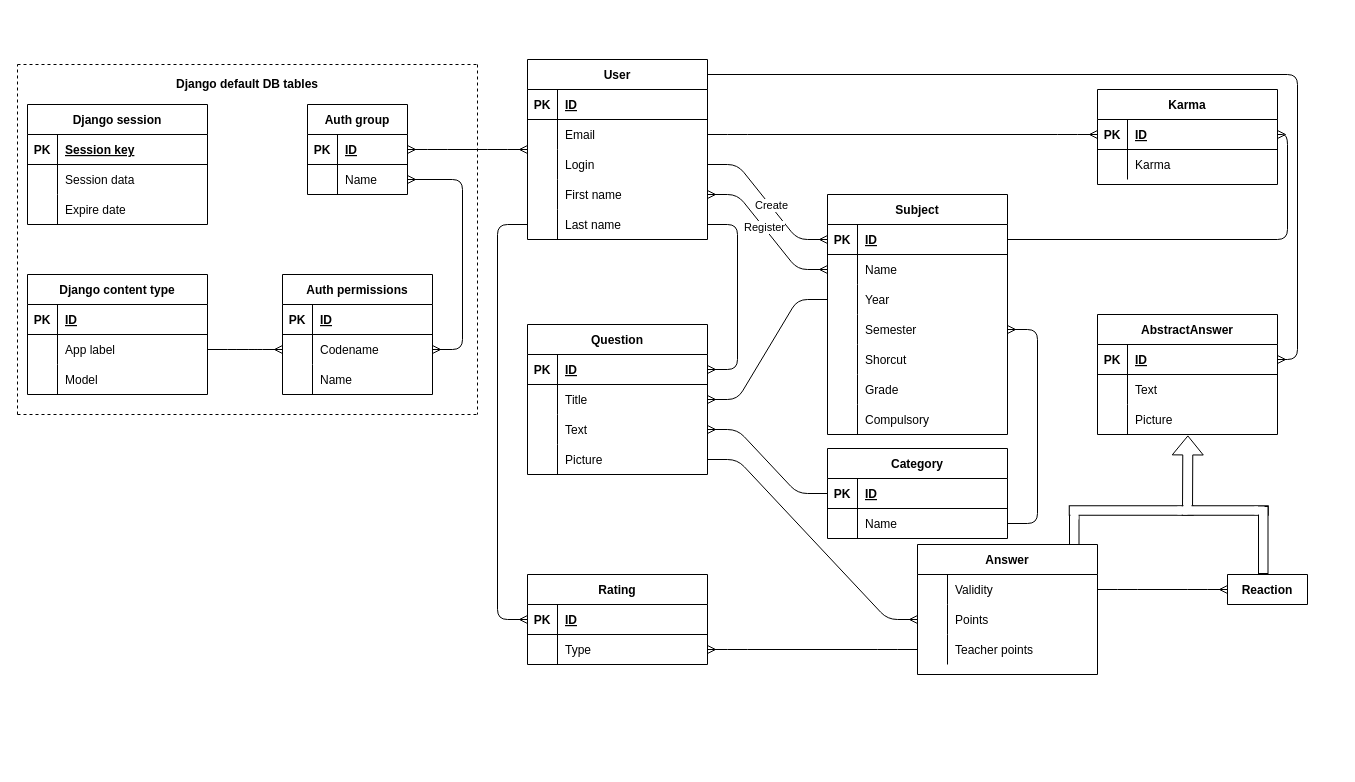
Before: page "Page-2" (2 of 2) of docs/ER.drawio in FilipSolich/IIS, a draw.io diagram. Source tidied: cells renumbered, new cells numbered last; positions are measured from the earlier drawing's top-left corner, leaving out a move shared by most shapes. Both pictures are drawn from the tidied source at 100%, with x=0, y=0 at pixel (17, 59).
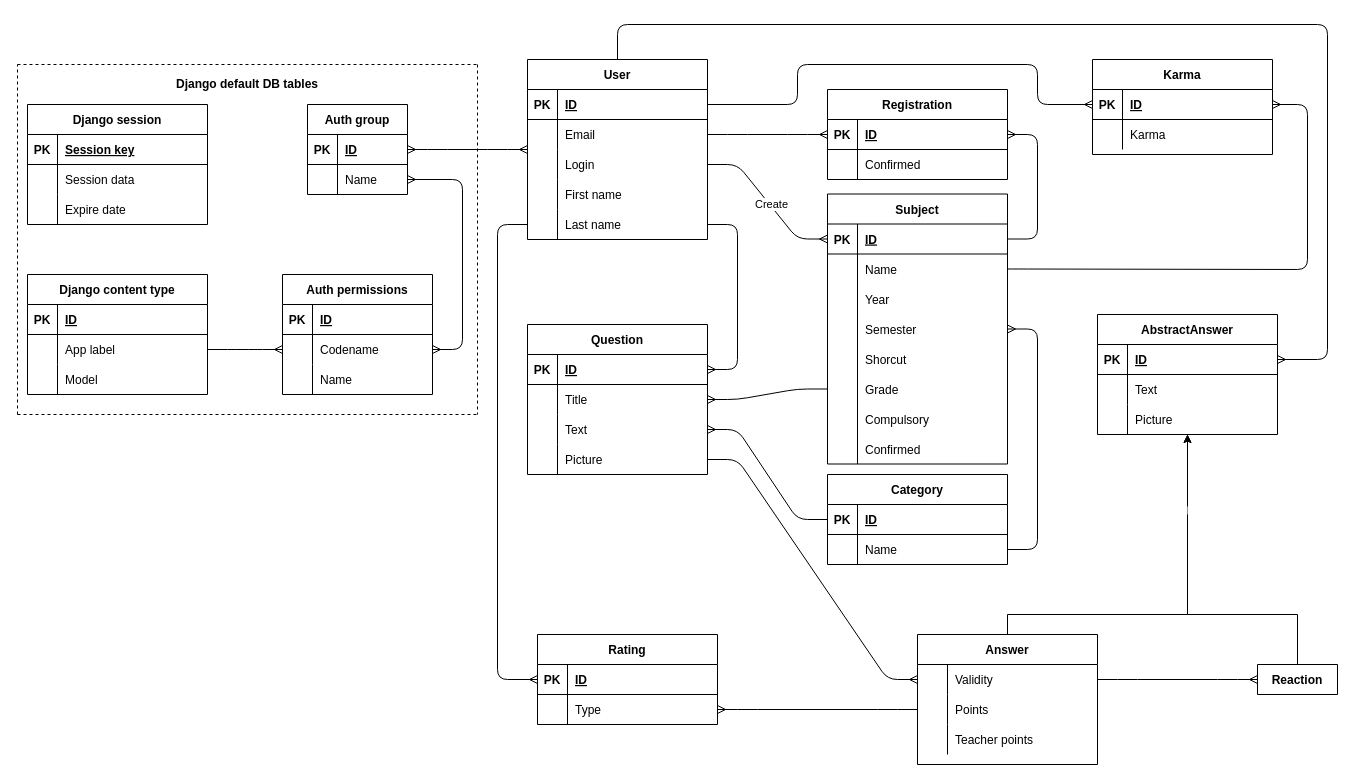
The same diagram, later.

Commit message (it also covers changes not shown here):
Add Registration model

Unchanged cells that the change refers to:
```xml
<mxCell id="7" style="shape=partialRectangle;fillColor=none;top=0;left=0;bottom=0;right=0;points=[[0,0.5],[1,0.5]];portConstraint=eastwest;" parent="3" vertex="1">
  <mxGeometry y="60" width="180" height="30" as="geometry" />
</mxCell>
<mxCell id="13" style="shape=partialRectangle;fillColor=none;top=0;left=0;bottom=0;right=0;points=[[0,0.5],[1,0.5]];portConstraint=eastwest;" parent="3" vertex="1">
  <mxGeometry y="120" width="180" height="30" as="geometry" />
</mxCell>
<mxCell id="17" style="shape=partialRectangle;fillColor=none;top=0;left=0;bottom=1;right=0;points=[[0,0.5],[1,0.5]];portConstraint=eastwest;" parent="16" vertex="1">
  <mxGeometry y="30" width="180" height="30" as="geometry" />
</mxCell>
<mxCell id="23" style="shape=partialRectangle;fillColor=none;top=0;left=0;bottom=0;right=0;points=[[0,0.5],[1,0.5]];portConstraint=eastwest;" parent="16" vertex="1">
  <mxGeometry y="90" width="180" height="30" as="geometry" />
</mxCell>
<mxCell id="26" value="User" style="shape=table;startSize=30;childLayout=tableLayout;rowLines=0;fontStyle=1;align=center;hachureGap=4;" parent="1" vertex="1">
  <mxGeometry x="510" width="180" height="180" as="geometry" />
</mxCell>
<mxCell id="27" style="shape=partialRectangle;fillColor=none;top=0;left=0;bottom=1;right=0;points=[[0,0.5],[1,0.5]];portConstraint=eastwest;" parent="26" vertex="1">
  <mxGeometry y="30" width="180" height="30" as="geometry" />
</mxCell>
<mxCell id="30" style="shape=partialRectangle;fillColor=none;top=0;left=0;bottom=0;right=0;points=[[0,0.5],[1,0.5]];portConstraint=eastwest;" parent="26" vertex="1">
  <mxGeometry y="60" width="180" height="30" as="geometry" />
</mxCell>
<mxCell id="36" style="shape=partialRectangle;fillColor=none;top=0;left=0;bottom=0;right=0;points=[[0,0.5],[1,0.5]];portConstraint=eastwest;" parent="26" vertex="1">
  <mxGeometry y="120" width="180" height="30" as="geometry" />
</mxCell>
<mxCell id="39" style="shape=partialRectangle;fillColor=none;top=0;left=0;bottom=0;right=0;points=[[0,0.5],[1,0.5]];portConstraint=eastwest;" parent="26" vertex="1">
  <mxGeometry y="150" width="180" height="30" as="geometry" />
</mxCell>
<mxCell id="43" style="shape=partialRectangle;fillColor=none;top=0;left=0;bottom=1;right=0;points=[[0,0.5],[1,0.5]];portConstraint=eastwest;" parent="42" vertex="1">
  <mxGeometry y="30" width="180" height="30" as="geometry" />
</mxCell>
<mxCell id="46" style="shape=partialRectangle;fillColor=none;top=0;left=0;bottom=0;right=0;points=[[0,0.5],[1,0.5]];portConstraint=eastwest;" parent="42" vertex="1">
  <mxGeometry y="60" width="180" height="30" as="geometry" />
</mxCell>
<mxCell id="50" style="shape=partialRectangle;fillColor=none;top=0;left=0;bottom=1;right=0;points=[[0,0.5],[1,0.5]];portConstraint=eastwest;" parent="49" vertex="1">
  <mxGeometry y="30" width="180" height="30" as="geometry" />
</mxCell>
<mxCell id="53" style="shape=partialRectangle;fillColor=none;top=0;left=0;bottom=0;right=0;points=[[0,0.5],[1,0.5]];portConstraint=eastwest;" parent="49" vertex="1">
  <mxGeometry y="60" width="180" height="30" as="geometry" />
</mxCell>
<mxCell id="56" style="shape=partialRectangle;fillColor=none;top=0;left=0;bottom=0;right=0;points=[[0,0.5],[1,0.5]];portConstraint=eastwest;" parent="49" vertex="1">
  <mxGeometry y="90" width="180" height="30" as="geometry" />
</mxCell>
<mxCell id="65" style="shape=partialRectangle;fillColor=none;top=0;left=0;bottom=0;right=0;points=[[0,0.5],[1,0.5]];portConstraint=eastwest;hachureGap=4;" parent="49" vertex="1">
  <mxGeometry y="180" width="180" height="30" as="geometry" />
</mxCell>
<mxCell id="136" style="shape=partialRectangle;fillColor=none;top=0;left=0;bottom=0;right=0;points=[[0,0.5],[1,0.5]];portConstraint=eastwest;" parent="135" vertex="1">
  <mxGeometry y="30" width="180" height="30" as="geometry" />
</mxCell>
<mxCell id="139" style="shape=partialRectangle;fillColor=none;top=0;left=0;bottom=0;right=0;points=[[0,0.5],[1,0.5]];portConstraint=eastwest;" parent="135" vertex="1">
  <mxGeometry y="60" width="180" height="30" as="geometry" />
</mxCell>
<mxCell id="142" style="shape=partialRectangle;fillColor=none;top=0;left=0;bottom=0;right=0;points=[[0,0.5],[1,0.5]];portConstraint=eastwest;" parent="135" vertex="1">
  <mxGeometry y="90" width="180" height="30" as="geometry" />
</mxCell>
<mxCell id="157" style="shape=partialRectangle;fillColor=none;top=0;left=0;bottom=1;right=0;points=[[0,0.5],[1,0.5]];portConstraint=eastwest;" parent="156" vertex="1">
  <mxGeometry y="30" width="180" height="30" as="geometry" />
</mxCell>
```

What changed in the source:
```diff
@@
     <mxCell id="42" value="Rating" style="shape=table;startSize=30;childLayout=tableLayout;rowLines=0;fontStyle=1;align=center;hachureGap=4;" parent="1" vertex="1">
-      <mxGeometry x="510" y="515" width="180" height="90" as="geometry" />
+      <mxGeometry x="520" y="575" width="180" height="90" as="geometry" />
     </mxCell>
@@
     <mxCell id="49" value="Subject" style="shape=table;startSize=30;childLayout=tableLayout;rowLines=0;fontStyle=1;align=center;hachureGap=4;" parent="1" vertex="1">
-      <mxGeometry x="810" y="135" width="180" height="240" as="geometry" />
+      <mxGeometry x="810" y="134.5" width="180" height="270" as="geometry" />
     </mxCell>
@@
+    <mxCell id="167" style="shape=partialRectangle;fillColor=none;top=0;left=0;bottom=0;right=0;" parent="49" vertex="1">
+      <mxGeometry y="240" width="180" height="30" as="geometry" />
+    </mxCell>
+    <mxCell id="168" style="shape=partialRectangle;fillColor=none;top=0;left=0;bottom=0;right=0;overflow=hidden;" parent="167" vertex="1">
+      <mxGeometry width="30" height="30" as="geometry" />
+    </mxCell>
+    <mxCell id="169" value="Confirmed" style="shape=partialRectangle;fillColor=none;top=0;left=0;bottom=0;right=0;align=left;spacingLeft=6;overflow=hidden;" parent="167" vertex="1">
+      <mxGeometry x="30" width="150" height="30" as="geometry" />
+    </mxCell>
     <mxCell id="71" value="Category" style="shape=table;startSize=30;childLayout=tableLayout;rowLines=0;fontStyle=1;align=center;hachureGap=4;" parent="1" vertex="1">
-      <mxGeometry x="810" y="389" width="180" height="90" as="geometry" />
+      <mxGeometry x="810" y="415" width="180" height="90" as="geometry" />
     </mxCell>
@@
-    <mxCell id="79" style="edgeStyle=entityRelationEdgeStyle;fontSize=12;html=1;endArrow=ERmany;" parent="1" edge="1" source="56" target="7">
+    <mxCell id="79" style="edgeStyle=entityRelationEdgeStyle;fontSize=12;html=1;endArrow=ERmany;" parent="1" edge="1" source="65" target="7">
       <mxGeometry relative="1" as="geometry" />
     </mxCell>
-    <mxCell id="80" style="edgeStyle=entityRelationEdgeStyle;fontSize=12;html=1;endArrow=ERmany;" parent="1" edge="1" source="13" target="139">
+    <mxCell id="80" style="edgeStyle=entityRelationEdgeStyle;fontSize=12;html=1;endArrow=ERmany;entryX=0;entryY=0.5;entryDx=0;entryDy=0;" parent="1" edge="1" source="13" target="136">
       <mxGeometry relative="1" as="geometry" />
     </mxCell>
-    <mxCell id="81" style="edgeStyle=entityRelationEdgeStyle;fontSize=12;html=1;endArrow=ERmany;" parent="1" edge="1" source="142" target="46">
+    <mxCell id="81" style="edgeStyle=entityRelationEdgeStyle;fontSize=12;html=1;endArrow=ERmany;exitX=0;exitY=0.5;exitDx=0;exitDy=0;" parent="1" edge="1" source="139" target="46">
       <mxGeometry relative="1" as="geometry" />
     </mxCell>
@@
-    <mxCell id="132" style="edgeStyle=entityRelationEdgeStyle;fontSize=12;html=1;endArrow=ERmany;startArrow=ERmany;" parent="1" edge="1" source="36" target="53">
-      <mxGeometry relative="1" as="geometry" />
-    </mxCell>
-    <mxCell id="133" value="Register" style="edgeLabel;html=1;align=center;verticalAlign=middle;" parent="132" vertex="1">
-      <mxGeometry x="-0.08" relative="1" as="geometry" />
-    </mxCell>
+    <mxCell id="170" style="edgeStyle=orthogonalEdgeStyle;rounded=0;jettySize=auto;html=1;exitX=0.5;exitY=0;exitDx=0;exitDy=0;" parent="1" edge="1" source="134" target="23">
+      <mxGeometry relative="1" as="geometry">
+        <Array as="points">
+          <mxPoint x="1280" y="555" />
+          <mxPoint x="1170" y="555" />
+        </Array>
+      </mxGeometry>
+    </mxCell>
     <mxCell id="134" value="Reaction" style="shape=table;startSize=30;childLayout=tableLayout;rowLines=0;fontStyle=1;align=center;" parent="1" vertex="1" collapsed="1">
-      <mxGeometry x="1210" y="515" width="80" height="30" as="geometry" />
+      <mxGeometry x="1240" y="605" width="80" height="30" as="geometry" />
     </mxCell>
+    <mxCell id="171" style="edgeStyle=orthogonalEdgeStyle;rounded=0;jettySize=auto;html=1;exitX=0.5;exitY=0;exitDx=0;exitDy=0;" parent="1" edge="1" source="135" target="23">
+      <mxGeometry relative="1" as="geometry">
+        <Array as="points">
+          <mxPoint x="990" y="555" />
+          <mxPoint x="1170" y="555" />
+        </Array>
+      </mxGeometry>
+    </mxCell>
     <mxCell id="135" value="Answer" style="shape=table;startSize=30;childLayout=tableLayout;rowLines=0;fontStyle=1;align=center;" parent="1" vertex="1">
-      <mxGeometry x="900" y="485" width="180" height="130" as="geometry" />
+      <mxGeometry x="900" y="575" width="180" height="130" as="geometry" />
     </mxCell>
@@
-    <mxCell id="145" style="shape=flexArrow;endArrow=classic;html=1;entryX=0.502;entryY=1.031;entryDx=0;entryDy=0;entryPerimeter=0;fillColor=none;" parent="1" edge="1" target="23">
-      <mxGeometry relative="1" as="geometry">
-        <mxPoint x="1170" y="455" as="sourcePoint" />
-      </mxGeometry>
-    </mxCell>
@@
-    <mxCell id="147" style="rounded=0;whiteSpace=wrap;html=1;" parent="1" vertex="1">
-      <mxGeometry x="1052" y="447" width="9.5" height="38" as="geometry" />
-    </mxCell>
-    <mxCell id="148" style="rounded=0;whiteSpace=wrap;html=1;rotation=90;" parent="1" vertex="1">
-      <mxGeometry x="1109" y="389" width="9.5" height="124" as="geometry" />
-    </mxCell>
-    <mxCell id="149" style="rounded=0;whiteSpace=wrap;html=1;rotation=90;" parent="1" vertex="1">
-      <mxGeometry x="1203" y="408" width="9.5" height="86" as="geometry" />
-    </mxCell>
-    <mxCell id="150" style="rounded=0;whiteSpace=wrap;html=1;" parent="1" vertex="1">
-      <mxGeometry x="1241" y="447" width="9.5" height="67" as="geometry" />
-    </mxCell>
-    <mxCell id="151" style="rounded=0;whiteSpace=wrap;html=1;gradientColor=none;strokeWidth=0;strokeColor=#FFFFFF;" parent="1" vertex="1">
-      <mxGeometry x="1166" y="440" width="8" height="10" as="geometry" />
-    </mxCell>
-    <mxCell id="152" style="rounded=0;whiteSpace=wrap;html=1;gradientColor=none;strokeWidth=0;strokeColor=#FFFFFF;" parent="1" vertex="1">
-      <mxGeometry x="1053" y="450" width="8" height="10" as="geometry" />
-    </mxCell>
@@
-    <mxCell id="154" style="rounded=0;whiteSpace=wrap;html=1;gradientColor=none;strokeWidth=0;rotation=90;strokeColor=#FFFFFF;" parent="1" vertex="1">
-      <mxGeometry x="1238" y="446" width="8" height="10" as="geometry" />
-    </mxCell>
@@
     <mxCell id="156" value="Karma" style="shape=table;startSize=30;childLayout=tableLayout;rowLines=0;fontStyle=1;align=center;" parent="1" vertex="1">
-      <mxGeometry x="1080" y="30" width="180" height="95" as="geometry" />
+      <mxGeometry x="1075" width="180" height="95" as="geometry" />
     </mxCell>
@@
-    <mxCell id="163" style="edgeStyle=orthogonalEdgeStyle;fontSize=12;html=1;endArrow=ERmany;" parent="1" edge="1" source="50" target="157">
+    <mxCell id="163" style="edgeStyle=orthogonalEdgeStyle;fontSize=12;html=1;endArrow=ERmany;entryX=1;entryY=0.5;entryDx=0;entryDy=0;exitX=1;exitY=0.5;exitDx=0;exitDy=0;" parent="1" edge="1" source="53" target="157">
       <mxGeometry relative="1" as="geometry">
         <Array as="points">
-          <mxPoint x="1270" y="180" />
-          <mxPoint x="1270" y="75" />
+          <mxPoint x="1000" y="210" />
+          <mxPoint x="1290" y="210" />
+          <mxPoint x="1290" y="45" />
         </Array>
       </mxGeometry>
     </mxCell>
-    <mxCell id="164" style="edgeStyle=entityRelationEdgeStyle;fontSize=12;html=1;endArrow=ERmany;entryX=0;entryY=0.5;entryDx=0;entryDy=0;" parent="1" edge="1" source="30" target="157">
-      <mxGeometry relative="1" as="geometry" />
+    <mxCell id="164" style="edgeStyle=orthogonalEdgeStyle;fontSize=12;html=1;endArrow=ERmany;exitX=1;exitY=0.5;exitDx=0;exitDy=0;" parent="1" edge="1" source="27" target="157">
+      <mxGeometry relative="1" as="geometry">
+        <Array as="points">
+          <mxPoint x="780" y="45" />
+          <mxPoint x="780" y="5" />
+          <mxPoint x="1020" y="5" />
+          <mxPoint x="1020" y="45" />
+        </Array>
+      </mxGeometry>
     </mxCell>
     <mxCell id="165" style="edgeStyle=orthogonalEdgeStyle;fontSize=12;html=1;endArrow=ERmany;entryX=0;entryY=0.5;entryDx=0;entryDy=0;exitX=0;exitY=0.5;exitDx=0;exitDy=0;" parent="1" edge="1" source="39" target="43">
       <mxGeometry relative="1" as="geometry">
         <Array as="points">
           <mxPoint x="480" y="165" />
-          <mxPoint x="480" y="560" />
+          <mxPoint x="480" y="620" />
         </Array>
       </mxGeometry>
     </mxCell>
     <mxCell id="166" style="edgeStyle=orthogonalEdgeStyle;fontSize=12;html=1;endArrow=ERmany;entryX=1;entryY=0.5;entryDx=0;entryDy=0;" parent="1" edge="1" source="26" target="17">
       <mxGeometry relative="1" as="geometry">
         <Array as="points">
-          <mxPoint x="1280" y="15" />
-          <mxPoint x="1280" y="300" />
+          <mxPoint x="600" y="-35" />
+          <mxPoint x="1310" y="-35" />
+          <mxPoint x="1310" y="300" />
         </Array>
       </mxGeometry>
     </mxCell>
+    <mxCell id="172" value="Registration" style="shape=table;startSize=30;childLayout=tableLayout;rowLines=0;fontStyle=1;align=center;" parent="1" vertex="1">
+      <mxGeometry x="810" y="30" width="180" height="90" as="geometry" />
+    </mxCell>
+    <mxCell id="173" style="shape=partialRectangle;fillColor=none;top=0;left=0;bottom=1;right=0;points=[[0,0.5],[1,0.5]];portConstraint=eastwest;" parent="172" vertex="1">
+      <mxGeometry y="30" width="180" height="30" as="geometry" />
+    </mxCell>
+    <mxCell id="174" value="PK" style="shape=partialRectangle;fillColor=none;top=0;left=0;bottom=0;right=0;fontStyle=1;overflow=hidden;" parent="173" vertex="1">
+      <mxGeometry width="30" height="30" as="geometry" />
+    </mxCell>
+    <mxCell id="175" value="ID" style="shape=partialRectangle;fillColor=none;top=0;left=0;bottom=0;right=0;align=left;spacingLeft=6;fontStyle=5;overflow=hidden;" parent="173" vertex="1">
+      <mxGeometry x="30" width="150" height="30" as="geometry" />
+    </mxCell>
+    <mxCell id="176" style="shape=partialRectangle;fillColor=none;top=0;left=0;bottom=0;right=0;" parent="172" vertex="1">
+      <mxGeometry y="60" width="180" height="30" as="geometry" />
+    </mxCell>
+    <mxCell id="177" style="shape=partialRectangle;fillColor=none;top=0;left=0;bottom=0;right=0;overflow=hidden;" parent="176" vertex="1">
+      <mxGeometry width="30" height="30" as="geometry" />
+    </mxCell>
+    <mxCell id="178" value="Confirmed" style="shape=partialRectangle;fillColor=none;top=0;left=0;bottom=0;right=0;align=left;spacingLeft=6;overflow=hidden;" parent="176" vertex="1">
+      <mxGeometry x="30" width="150" height="30" as="geometry" />
+    </mxCell>
+    <mxCell id="179" style="edgeStyle=entityRelationEdgeStyle;fontSize=12;html=1;endArrow=ERmany;" parent="1" edge="1" source="30" target="173">
+      <mxGeometry relative="1" as="geometry" />
+    </mxCell>
+    <mxCell id="180" style="edgeStyle=entityRelationEdgeStyle;fontSize=12;html=1;endArrow=ERmany;" parent="1" edge="1" source="50" target="173">
+      <mxGeometry relative="1" as="geometry" />
+    </mxCell>
```
